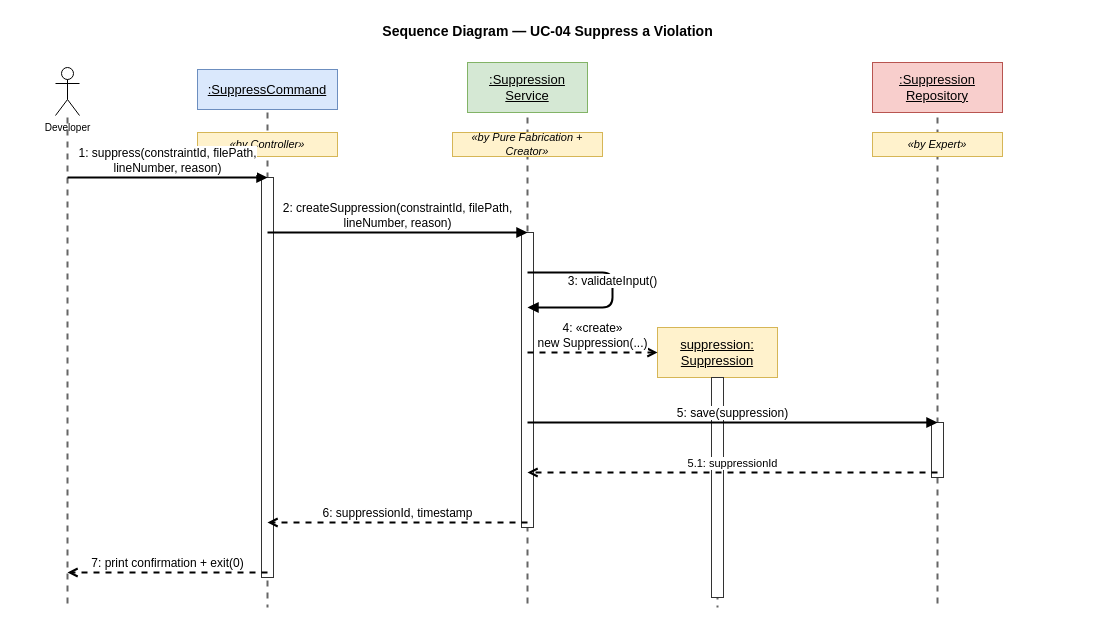
Earlier version of the draw.io diagram hw/hw5/drawio/3.2.3-uc04-sd.drawio (chun-wei0413/arch-checker). Source tidied: cells renumbered, new cells numbered last; positions are measured from the earlier drawing's top-left corner, leaving out a move shared by most shapes. Both pictures are drawn from the tidied source at 100%, with x=0, y=0 at pixel (17, 17).
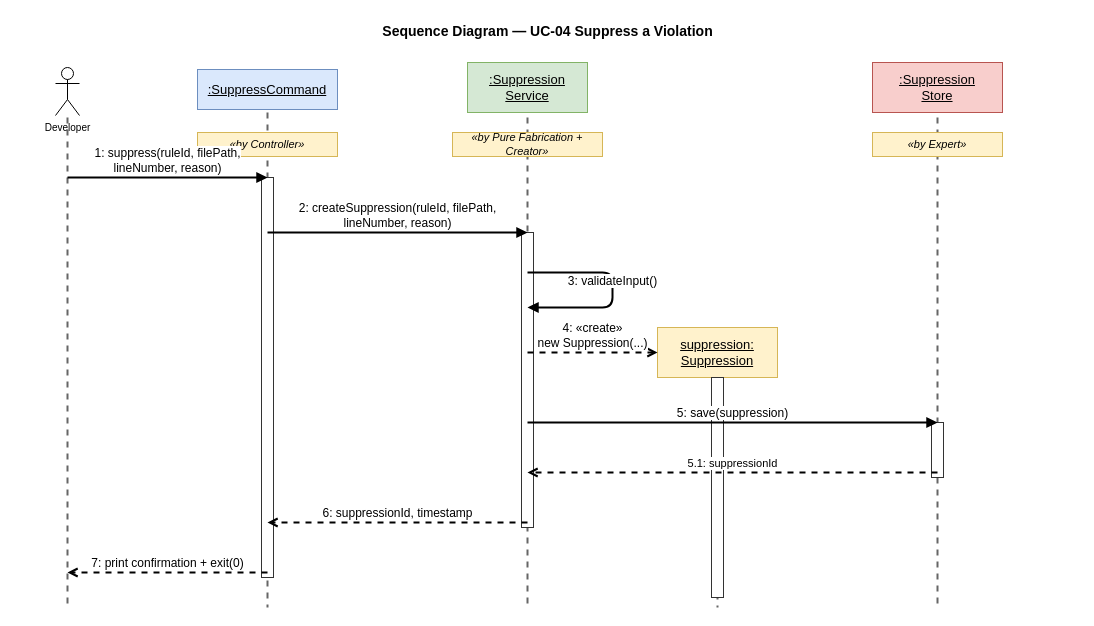
The same page after the edit.

Commit message (it also covers changes not shown here):
[Documentation] Sync HW5 deliverable with renamed Loader/Store/ComplianceRule

The edit, as a diff of the source:
```diff
@@
-    <mxCell id="7" value=":Suppression&#10;Repository" style="rounded=0;whiteSpace=wrap;html=1;fillColor=#f8cecc;strokeColor=#b85450;fontSize=13;fontStyle=4;" parent="1" vertex="1">
+    <mxCell id="7" value=":Suppression&#10;Store" style="rounded=0;whiteSpace=wrap;html=1;fillColor=#f8cecc;strokeColor=#b85450;fontSize=13;fontStyle=4;" parent="1" vertex="1">
       <mxGeometry x="855" y="45" width="130" height="50" as="geometry" />
     </mxCell>
@@
-    <mxCell id="20" value="1: suppress(constraintId, filePath,&#10;lineNumber, reason)" style="endArrow=block;html=1;fontSize=12;strokeWidth=2;labelBackgroundColor=#ffffff;endFill=1;verticalLabelPosition=top;verticalAlign=bottom;" parent="1" edge="1">
+    <mxCell id="20" value="1: suppress(ruleId, filePath,&#10;lineNumber, reason)" style="endArrow=block;html=1;fontSize=12;strokeWidth=2;labelBackgroundColor=#ffffff;endFill=1;verticalLabelPosition=top;verticalAlign=bottom;" parent="1" edge="1">
       <mxGeometry relative="1" as="geometry">
         <mxPoint x="50" y="160" as="sourcePoint" />
         <mxPoint x="250" y="160" as="targetPoint" />
       </mxGeometry>
     </mxCell>
-    <mxCell id="21" value="2: createSuppression(constraintId, filePath,&#10;lineNumber, reason)" style="endArrow=block;html=1;fontSize=12;strokeWidth=2;labelBackgroundColor=#ffffff;endFill=1;verticalLabelPosition=top;verticalAlign=bottom;" parent="1" edge="1">
+    <mxCell id="21" value="2: createSuppression(ruleId, filePath,&#10;lineNumber, reason)" style="endArrow=block;html=1;fontSize=12;strokeWidth=2;labelBackgroundColor=#ffffff;endFill=1;verticalLabelPosition=top;verticalAlign=bottom;" parent="1" edge="1">
       <mxGeometry relative="1" as="geometry">
         <mxPoint x="250" y="215" as="sourcePoint" />
         <mxPoint x="510" y="215" as="targetPoint" />
       </mxGeometry>
     </mxCell>
```
